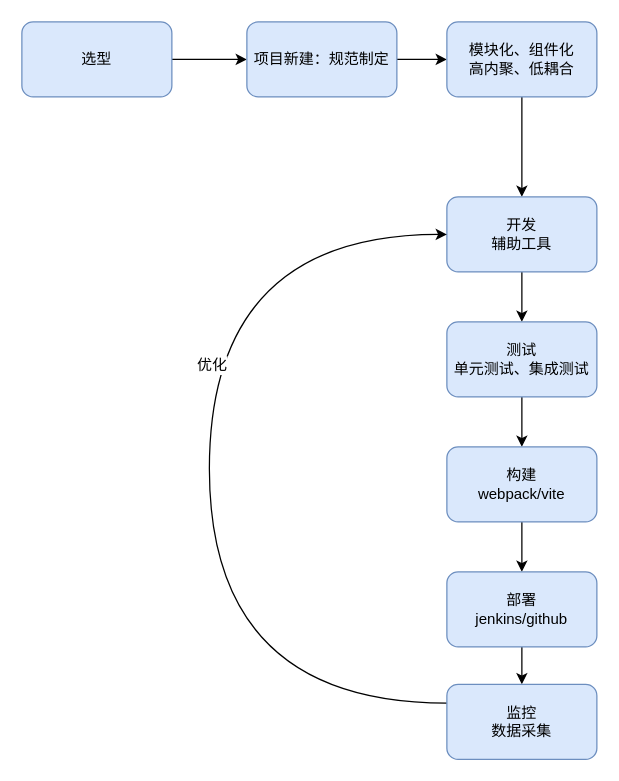
iotzzh/graphical-front-end keeps this draw.io diagram as 专题：前端工程化/项目从选型到开发维护流程图.drawio. Above is the earlier version. Source tidied: cells renumbered, new cells numbered last; positions are measured from the earlier drawing's top-left corner, leaving out a move shared by most shapes. Both pictures are drawn from the tidied source at 125%, with x=0, y=0 at pixel (21, 21).
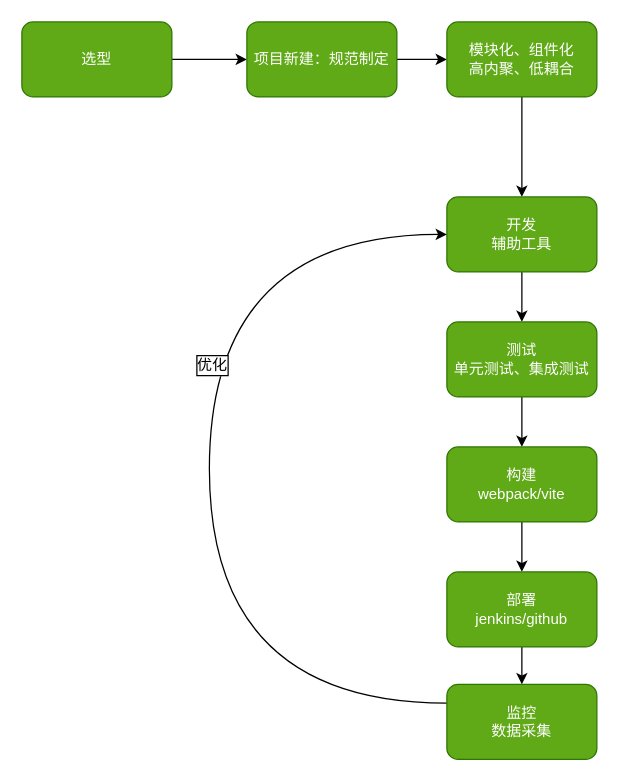
Above is the later version.

Commit message:
优化流程图

Unchanged cells that the change refers to:
```xml
<mxCell id="16" style="edgeStyle=orthogonalEdgeStyle;curved=1;rounded=0;jettySize=auto;html=1;" parent="1" edge="1" source="18">
  <mxGeometry relative="1" as="geometry">
    <mxPoint x="340" y="170" as="targetPoint" />
    <Array as="points">
      <mxPoint x="150" y="545" />
      <mxPoint x="150" y="170" />
    </Array>
  </mxGeometry>
</mxCell>
```

The edit, as a diff of the source:
```diff
@@
-    <mxCell id="3" value="选型" style="rounded=1;whiteSpace=wrap;html=1;fillColor=#dae8fc;strokeColor=#6c8ebf;" parent="1" vertex="1">
+    <mxCell id="3" value="选型" style="rounded=1;whiteSpace=wrap;html=1;fillColor=#60a917;strokeColor=#2D7600;fontColor=#ffffff;" parent="1" vertex="1">
       <mxGeometry width="120" height="60" as="geometry" />
     </mxCell>
@@
-    <mxCell id="5" value="项目新建：规范制定" style="rounded=1;whiteSpace=wrap;html=1;fillColor=#dae8fc;strokeColor=#6c8ebf;" parent="1" vertex="1">
+    <mxCell id="5" value="项目新建：规范制定" style="rounded=1;whiteSpace=wrap;html=1;fillColor=#60a917;strokeColor=#2D7600;fontColor=#ffffff;" parent="1" vertex="1">
       <mxGeometry x="180" width="120" height="60" as="geometry" />
     </mxCell>
@@
-    <mxCell id="7" value="模块化、组件化&lt;br&gt;高内聚、低耦合" style="rounded=1;whiteSpace=wrap;html=1;fillColor=#dae8fc;strokeColor=#6c8ebf;" parent="1" vertex="1">
+    <mxCell id="7" value="模块化、组件化&lt;br&gt;高内聚、低耦合" style="rounded=1;whiteSpace=wrap;html=1;fillColor=#60a917;strokeColor=#2D7600;fontColor=#ffffff;" parent="1" vertex="1">
       <mxGeometry x="340" width="120" height="60" as="geometry" />
     </mxCell>
@@
-    <mxCell id="9" value="开发&lt;br&gt;辅助工具" style="rounded=1;whiteSpace=wrap;html=1;fillColor=#dae8fc;strokeColor=#6c8ebf;" parent="1" vertex="1">
+    <mxCell id="9" value="开发&lt;br&gt;辅助工具" style="rounded=1;whiteSpace=wrap;html=1;fillColor=#60a917;strokeColor=#2D7600;fontColor=#ffffff;" parent="1" vertex="1">
       <mxGeometry x="340" y="140" width="120" height="60" as="geometry" />
     </mxCell>
@@
-    <mxCell id="11" value="测试&lt;br&gt;单元测试、集成测试" style="rounded=1;whiteSpace=wrap;html=1;fillColor=#dae8fc;strokeColor=#6c8ebf;" parent="1" vertex="1">
+    <mxCell id="11" value="测试&lt;br&gt;单元测试、集成测试" style="rounded=1;whiteSpace=wrap;html=1;fillColor=#60a917;strokeColor=#2D7600;fontColor=#ffffff;" parent="1" vertex="1">
       <mxGeometry x="340" y="240" width="120" height="60" as="geometry" />
     </mxCell>
@@
-    <mxCell id="13" value="构建&lt;br&gt;webpack/vite" style="rounded=1;whiteSpace=wrap;html=1;fillColor=#dae8fc;strokeColor=#6c8ebf;" parent="1" vertex="1">
+    <mxCell id="13" value="构建&lt;br&gt;webpack/vite" style="rounded=1;whiteSpace=wrap;html=1;fillColor=#60a917;strokeColor=#2D7600;fontColor=#ffffff;" parent="1" vertex="1">
       <mxGeometry x="340" y="340" width="120" height="60" as="geometry" />
     </mxCell>
@@
-    <mxCell id="15" value="部署&lt;br&gt;jenkins/github" style="rounded=1;whiteSpace=wrap;html=1;fillColor=#dae8fc;strokeColor=#6c8ebf;" parent="1" vertex="1">
+    <mxCell id="15" value="部署&lt;br&gt;jenkins/github" style="rounded=1;whiteSpace=wrap;html=1;fillColor=#60a917;strokeColor=#2D7600;fontColor=#ffffff;" parent="1" vertex="1">
       <mxGeometry x="340" y="440" width="120" height="60" as="geometry" />
     </mxCell>
@@
-    <mxCell id="17" value="优化" style="text;html=1;align=center;verticalAlign=middle;labelBackgroundColor=#ffffff;" parent="16" vertex="1">
+    <mxCell id="17" value="优化" style="text;html=1;align=center;verticalAlign=middle;labelBackgroundColor=#ffffff;fontColor=#000000;labelBorderColor=default;" parent="16" vertex="1">
       <mxGeometry x="0.22" y="-1" relative="1" as="geometry" />
     </mxCell>
-    <mxCell id="18" value="监控&lt;br&gt;数据采集" style="rounded=1;whiteSpace=wrap;html=1;fillColor=#dae8fc;strokeColor=#6c8ebf;" parent="1" vertex="1">
+    <mxCell id="18" value="监控&lt;br&gt;数据采集" style="rounded=1;whiteSpace=wrap;html=1;fillColor=#60a917;strokeColor=#2D7600;fontColor=#ffffff;" parent="1" vertex="1">
       <mxGeometry x="340" y="530" width="120" height="60" as="geometry" />
     </mxCell>
```
